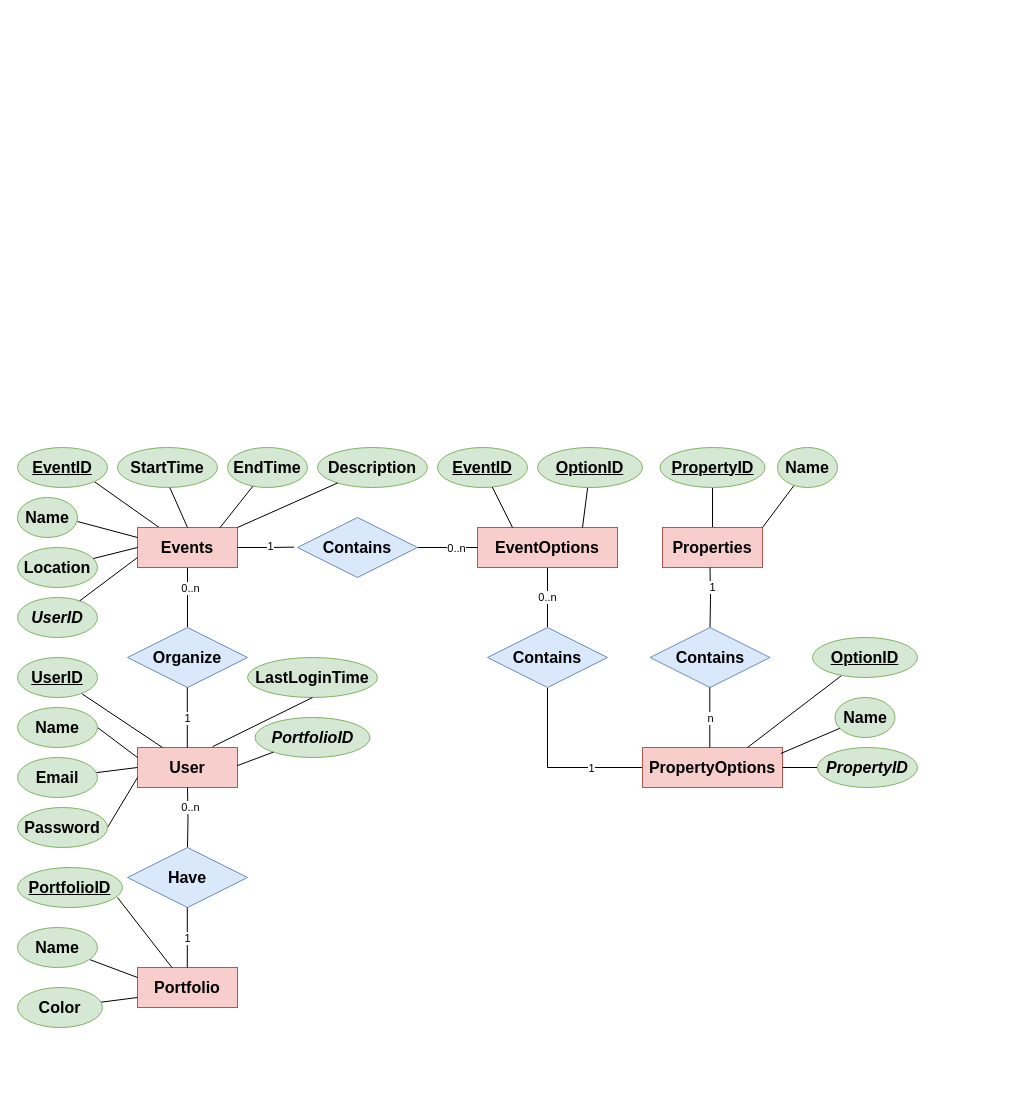
Earlier version of the draw.io diagram design/eTWIG.ER.drawio (stewebb/eTWIG). Source tidied: cells renumbered, new cells numbered last; positions are measured from the earlier drawing's top-left corner, leaving out a move shared by most shapes. Both pictures are drawn from the tidied source at 100%, with x=0, y=0 at pixel (17, 447).
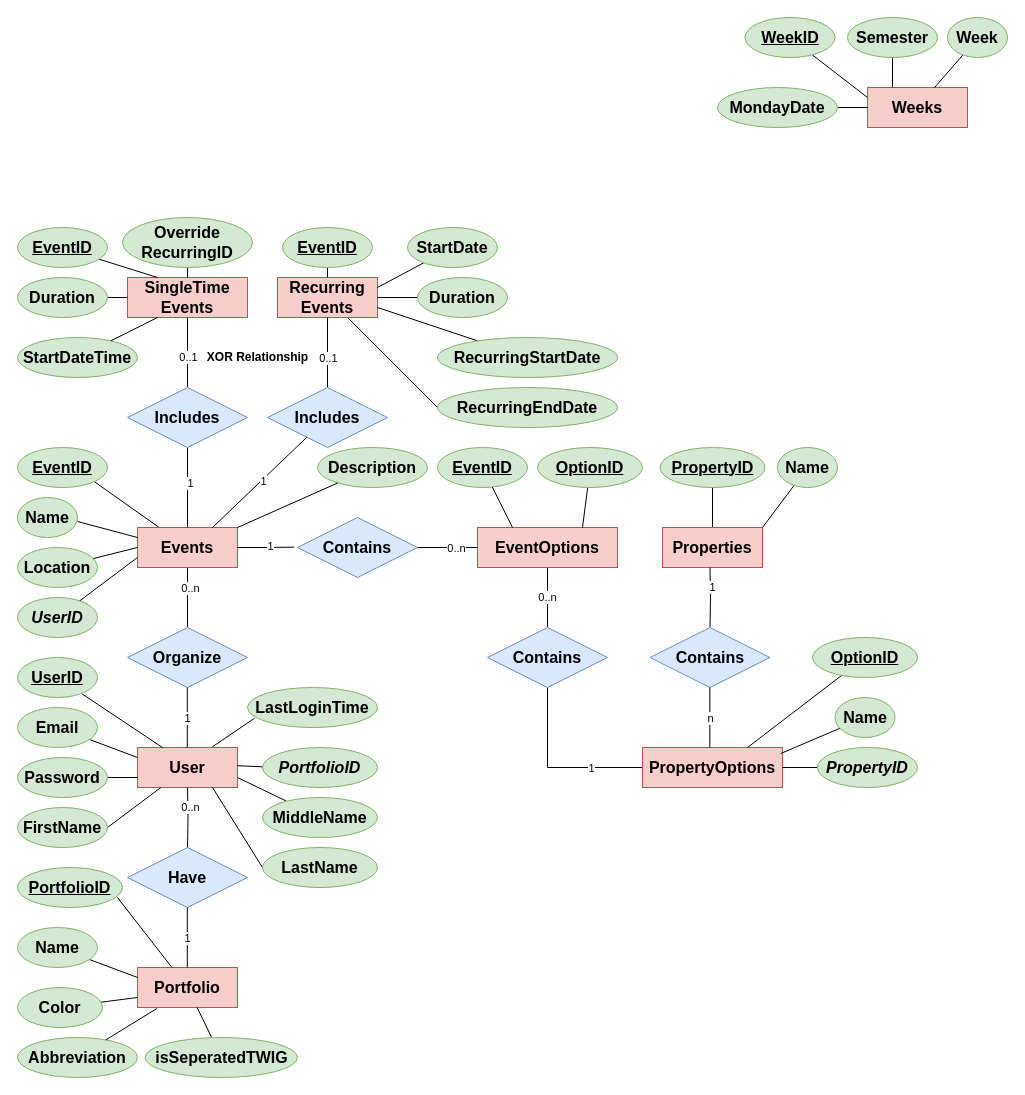
The same page after the edit.

The change refers to these unchanged cells:
```xml
<mxCell id="5" value="&lt;font style=&quot;font-size: 16px;&quot;&gt;&lt;b&gt;Events&lt;br&gt;&lt;/b&gt;&lt;/font&gt;" style="whiteSpace=wrap;html=1;align=center;fillColor=#f8cecc;strokeColor=#b85450;" parent="1" vertex="1">
  <mxGeometry x="120" y="80" width="100" height="40" as="geometry" />
</mxCell>
<mxCell id="17" value="&lt;font style=&quot;font-size: 16px;&quot;&gt;&lt;b&gt;User&lt;br&gt;&lt;/b&gt;&lt;/font&gt;" style="whiteSpace=wrap;html=1;align=center;fillColor=#f8cecc;strokeColor=#b85450;" parent="1" vertex="1">
  <mxGeometry x="120" y="300" width="100" height="40" as="geometry" />
</mxCell>
<mxCell id="54" value="&lt;font style=&quot;font-size: 16px;&quot;&gt;&lt;b&gt;Portfolio&lt;br&gt;&lt;/b&gt;&lt;/font&gt;" style="whiteSpace=wrap;html=1;align=center;fillColor=#f8cecc;strokeColor=#b85450;" parent="1" vertex="1">
  <mxGeometry x="120" y="520" width="100" height="40" as="geometry" />
</mxCell>
```

Change to the diagram source:
```diff
@@
-    <mxCell id="9" value="&lt;font style=&quot;font-size: 16px;&quot;&gt;&lt;b&gt;StartTime&lt;/b&gt;&lt;/font&gt;" style="ellipse;whiteSpace=wrap;html=1;align=center;fillColor=#d5e8d4;strokeColor=#82b366;" parent="1" vertex="1">
-      <mxGeometry x="100" width="100" height="40" as="geometry" />
-    </mxCell>
-    <mxCell id="10" value="&lt;font style=&quot;font-size: 16px;&quot;&gt;&lt;b&gt;EndTime&lt;/b&gt;&lt;/font&gt;" style="ellipse;whiteSpace=wrap;html=1;align=center;fillColor=#d5e8d4;strokeColor=#82b366;" parent="1" vertex="1">
-      <mxGeometry x="210" width="80" height="40" as="geometry" />
-    </mxCell>
@@
-    <mxCell id="15" style="rounded=0;jettySize=auto;html=1;entryX=0.524;entryY=1.006;entryDx=0;entryDy=0;strokeWidth=1;endArrow=none;endFill=0;exitX=0.5;exitY=0;exitDx=0;exitDy=0;entryPerimeter=0;spacing=1;" parent="1" edge="1" source="5" target="9">
-      <mxGeometry relative="1" as="geometry" />
-    </mxCell>
-    <mxCell id="16" style="rounded=0;jettySize=auto;html=1;strokeWidth=1;endArrow=none;endFill=0;exitX=0.824;exitY=0.007;exitDx=0;exitDy=0;exitPerimeter=0;spacing=1;" parent="1" edge="1" source="5" target="10">
-      <mxGeometry relative="1" as="geometry" />
-    </mxCell>
@@
-    <mxCell id="23" style="rounded=0;jettySize=auto;html=1;exitX=1;exitY=0.5;exitDx=0;exitDy=0;entryX=0;entryY=0.25;entryDx=0;entryDy=0;endArrow=none;endFill=0;" parent="1" edge="1" source="24" target="17">
+    <mxCell id="23" style="rounded=0;jettySize=auto;html=1;exitX=1;exitY=0.5;exitDx=0;exitDy=0;endArrow=none;endFill=0;" parent="1" edge="1" source="24" target="17">
       <mxGeometry relative="1" as="geometry" />
     </mxCell>
-    <mxCell id="24" value="&lt;font style=&quot;font-size: 16px;&quot;&gt;&lt;b&gt;Name&lt;/b&gt;&lt;/font&gt;" style="ellipse;whiteSpace=wrap;html=1;align=center;fillColor=#d5e8d4;strokeColor=#82b366;" parent="1" vertex="1">
-      <mxGeometry y="260" width="80" height="40" as="geometry" />
+    <mxCell id="24" value="&lt;font style=&quot;font-size: 16px;&quot;&gt;&lt;b&gt;FirstName&lt;/b&gt;&lt;/font&gt;" style="ellipse;whiteSpace=wrap;html=1;align=center;fillColor=#d5e8d4;strokeColor=#82b366;" parent="1" vertex="1">
+      <mxGeometry y="360" width="90" height="40" as="geometry" />
     </mxCell>
-    <mxCell id="25" style="rounded=0;jettySize=auto;html=1;entryX=0;entryY=0.5;entryDx=0;entryDy=0;endArrow=none;endFill=0;" parent="1" edge="1" source="26" target="17">
+    <mxCell id="25" style="rounded=0;jettySize=auto;html=1;entryX=0;entryY=0.25;entryDx=0;entryDy=0;endArrow=none;endFill=0;" parent="1" edge="1" source="26" target="17">
       <mxGeometry relative="1" as="geometry" />
     </mxCell>
     <mxCell id="26" value="&lt;font style=&quot;font-size: 16px;&quot;&gt;&lt;b&gt;Email&lt;/b&gt;&lt;/font&gt;" style="ellipse;whiteSpace=wrap;html=1;align=center;fillColor=#d5e8d4;strokeColor=#82b366;" parent="1" vertex="1">
-      <mxGeometry y="310" width="80" height="40" as="geometry" />
+      <mxGeometry y="260" width="80" height="40" as="geometry" />
     </mxCell>
@@
     <mxCell id="49" value="&lt;font style=&quot;font-size: 16px;&quot;&gt;&lt;b&gt;Password&lt;/b&gt;&lt;/font&gt;" style="ellipse;whiteSpace=wrap;html=1;align=center;fillColor=#d5e8d4;strokeColor=#82b366;" parent="1" vertex="1">
-      <mxGeometry y="360" width="90" height="40" as="geometry" />
+      <mxGeometry y="310" width="90" height="40" as="geometry" />
     </mxCell>
     <mxCell id="50" value="&lt;span style=&quot;font-size: 16px;&quot;&gt;&lt;b&gt;LastLoginTime&lt;/b&gt;&lt;/span&gt;" style="ellipse;whiteSpace=wrap;html=1;align=center;fillColor=#d5e8d4;strokeColor=#82b366;" parent="1" vertex="1">
-      <mxGeometry x="230" y="210" width="130" height="40" as="geometry" />
+      <mxGeometry x="230" y="240" width="130" height="40" as="geometry" />
     </mxCell>
-    <mxCell id="51" style="rounded=0;jettySize=auto;html=1;entryX=0.5;entryY=1;entryDx=0;entryDy=0;endArrow=none;endFill=0;exitX=0.751;exitY=-0.02;exitDx=0;exitDy=0;exitPerimeter=0;" parent="1" edge="1" source="17" target="50">
+    <mxCell id="51" style="rounded=0;jettySize=auto;html=1;entryX=0.055;entryY=0.767;entryDx=0;entryDy=0;endArrow=none;endFill=0;exitX=0.751;exitY=-0.02;exitDx=0;exitDy=0;exitPerimeter=0;entryPerimeter=0;" parent="1" edge="1" source="17" target="50">
       <mxGeometry relative="1" as="geometry" />
     </mxCell>
     <mxCell id="52" value="&lt;font style=&quot;font-size: 16px;&quot;&gt;&lt;b&gt;&lt;i&gt;PortfolioID&lt;br&gt;&lt;/i&gt;&lt;/b&gt;&lt;/font&gt;" style="ellipse;whiteSpace=wrap;html=1;align=center;fillColor=#d5e8d4;strokeColor=#82b366;" parent="1" vertex="1">
-      <mxGeometry x="237.5" y="270" width="115" height="40" as="geometry" />
+      <mxGeometry x="245" y="300" width="115" height="40" as="geometry" />
     </mxCell>
@@
+    <mxCell id="78" value="&lt;b&gt;&lt;font style=&quot;font-size: 16px;&quot;&gt;Abbreviation&lt;/font&gt;&lt;/b&gt;" style="ellipse;whiteSpace=wrap;html=1;align=center;fillColor=#d5e8d4;strokeColor=#82b366;" parent="1" vertex="1">
+      <mxGeometry y="590" width="120" height="40" as="geometry" />
+    </mxCell>
+    <mxCell id="79" style="rounded=0;jettySize=auto;html=1;entryX=0.195;entryY=1.023;entryDx=0;entryDy=0;entryPerimeter=0;endArrow=none;endFill=0;" parent="1" edge="1" source="78" target="54">
+      <mxGeometry relative="1" as="geometry" />
+    </mxCell>
+    <mxCell id="80" style="rounded=0;jettySize=auto;html=1;endArrow=none;endFill=0;" parent="1" edge="1" source="81" target="54">
+      <mxGeometry relative="1" as="geometry" />
+    </mxCell>
+    <mxCell id="81" value="&lt;span style=&quot;font-size: 16px;&quot;&gt;&lt;b&gt;isSeperatedTWIG&lt;/b&gt;&lt;/span&gt;" style="ellipse;whiteSpace=wrap;html=1;align=center;fillColor=#d5e8d4;strokeColor=#82b366;" parent="1" vertex="1">
+      <mxGeometry x="127.5" y="590" width="152.5" height="40" as="geometry" />
+    </mxCell>
+    <mxCell id="82" style="edgeStyle=orthogonalEdgeStyle;rounded=0;jettySize=auto;html=1;entryX=0.5;entryY=0;entryDx=0;entryDy=0;endArrow=none;endFill=0;" parent="1" edge="1" source="84" target="92">
+      <mxGeometry relative="1" as="geometry" />
+    </mxCell>
+    <mxCell id="83" value="0..1" style="edgeLabel;html=1;align=center;verticalAlign=middle;" parent="82" vertex="1">
+      <mxGeometry x="0.11" relative="1" as="geometry" />
+    </mxCell>
+    <mxCell id="84" value="&lt;font style=&quot;font-size: 16px;&quot;&gt;&lt;b&gt;SingleTime&lt;br&gt;Events&lt;br&gt;&lt;/b&gt;&lt;/font&gt;" style="whiteSpace=wrap;html=1;align=center;fillColor=#f8cecc;strokeColor=#b85450;" parent="1" vertex="1">
+      <mxGeometry x="110" y="-170" width="120" height="40" as="geometry" />
+    </mxCell>
+    <mxCell id="85" style="rounded=0;jettySize=auto;html=1;entryX=0.25;entryY=0;entryDx=0;entryDy=0;endArrow=none;endFill=0;" parent="1" edge="1" source="86" target="84">
+      <mxGeometry relative="1" as="geometry" />
+    </mxCell>
+    <mxCell id="86" value="&lt;font style=&quot;font-size: 16px;&quot;&gt;&lt;b&gt;EventID&lt;/b&gt;&lt;/font&gt;" style="ellipse;whiteSpace=wrap;html=1;align=center;fontStyle=4;fillColor=#d5e8d4;strokeColor=#82b366;" parent="1" vertex="1">
+      <mxGeometry y="-220" width="90" height="40" as="geometry" />
+    </mxCell>
+    <mxCell id="87" value="&lt;font style=&quot;font-size: 16px;&quot;&gt;&lt;b&gt;StartDateTime&lt;/b&gt;&lt;/font&gt;" style="ellipse;whiteSpace=wrap;html=1;align=center;fillColor=#d5e8d4;strokeColor=#82b366;" parent="1" vertex="1">
+      <mxGeometry y="-110" width="120" height="40" as="geometry" />
+    </mxCell>
+    <mxCell id="88" style="rounded=0;jettySize=auto;html=1;entryX=0;entryY=0.5;entryDx=0;entryDy=0;endArrow=none;endFill=0;" parent="1" edge="1" source="89" target="84">
+      <mxGeometry relative="1" as="geometry" />
+    </mxCell>
+    <mxCell id="89" value="&lt;font style=&quot;font-size: 16px;&quot;&gt;&lt;b&gt;Duration&lt;/b&gt;&lt;/font&gt;" style="ellipse;whiteSpace=wrap;html=1;align=center;fillColor=#d5e8d4;strokeColor=#82b366;" parent="1" vertex="1">
+      <mxGeometry y="-170" width="90" height="40" as="geometry" />
+    </mxCell>
+    <mxCell id="90" style="edgeStyle=orthogonalEdgeStyle;rounded=0;jettySize=auto;html=1;entryX=0.5;entryY=0;entryDx=0;entryDy=0;endArrow=none;endFill=0;" parent="1" edge="1" source="92" target="5">
+      <mxGeometry relative="1" as="geometry" />
+    </mxCell>
+    <mxCell id="91" value="1" style="edgeLabel;html=1;align=center;verticalAlign=middle;" parent="90" vertex="1">
+      <mxGeometry x="-0.13" y="2" relative="1" as="geometry" />
+    </mxCell>
+    <mxCell id="92" value="&lt;b&gt;Includes&lt;/b&gt;" style="shape=rhombus;perimeter=rhombusPerimeter;whiteSpace=wrap;html=1;align=center;fillColor=#dae8fc;strokeColor=#6c8ebf;fontSize=16;" parent="1" vertex="1">
+      <mxGeometry x="110" y="-60" width="120" height="60" as="geometry" />
+    </mxCell>
+    <mxCell id="93" style="rounded=0;jettySize=auto;html=1;endArrow=none;endFill=0;entryX=0.25;entryY=1;entryDx=0;entryDy=0;" parent="1" edge="1" source="87" target="84">
+      <mxGeometry relative="1" as="geometry" />
+    </mxCell>
+    <mxCell id="94" style="edgeStyle=orthogonalEdgeStyle;rounded=0;jettySize=auto;html=1;endArrow=none;endFill=0;" parent="1" edge="1" source="95">
+      <mxGeometry relative="1" as="geometry">
+        <mxPoint x="170" y="-170" as="targetPoint" />
+        <Array as="points">
+          <mxPoint x="170" y="-170" />
+        </Array>
+      </mxGeometry>
+    </mxCell>
+    <mxCell id="95" value="&lt;font style=&quot;font-size: 16px;&quot;&gt;&lt;b&gt;Override&lt;br&gt;RecurringID&lt;/b&gt;&lt;/font&gt;" style="ellipse;whiteSpace=wrap;html=1;align=center;fillColor=#d5e8d4;strokeColor=#82b366;" parent="1" vertex="1">
+      <mxGeometry x="105" y="-230" width="130" height="50" as="geometry" />
+    </mxCell>
+    <mxCell id="96" style="rounded=0;jettySize=auto;html=1;entryX=0;entryY=0.5;entryDx=0;entryDy=0;endArrow=none;endFill=0;" parent="1" edge="1" source="97" target="102">
+      <mxGeometry relative="1" as="geometry" />
+    </mxCell>
+    <mxCell id="97" value="&lt;font style=&quot;font-size: 16px;&quot;&gt;&lt;b&gt;Recurring&lt;br&gt;Events&lt;br&gt;&lt;/b&gt;&lt;/font&gt;" style="whiteSpace=wrap;html=1;align=center;fillColor=#f8cecc;strokeColor=#b85450;" parent="1" vertex="1">
+      <mxGeometry x="260" y="-170" width="100" height="40" as="geometry" />
+    </mxCell>
+    <mxCell id="98" style="rounded=0;jettySize=auto;html=1;entryX=1;entryY=0.25;entryDx=0;entryDy=0;endArrow=none;endFill=0;" parent="1" edge="1" source="99" target="97">
+      <mxGeometry relative="1" as="geometry" />
+    </mxCell>
+    <mxCell id="99" value="&lt;font style=&quot;font-size: 16px;&quot;&gt;&lt;b&gt;StartDate&lt;/b&gt;&lt;/font&gt;" style="ellipse;whiteSpace=wrap;html=1;align=center;fillColor=#d5e8d4;strokeColor=#82b366;" parent="1" vertex="1">
+      <mxGeometry x="390" y="-220" width="90" height="40" as="geometry" />
+    </mxCell>
+    <mxCell id="100" style="rounded=0;jettySize=auto;html=1;entryX=1;entryY=0.75;entryDx=0;entryDy=0;endArrow=none;endFill=0;" parent="1" edge="1" source="101" target="97">
+      <mxGeometry relative="1" as="geometry" />
+    </mxCell>
+    <mxCell id="101" value="&lt;font style=&quot;font-size: 16px;&quot;&gt;&lt;b&gt;RecurringStartDate&lt;/b&gt;&lt;/font&gt;" style="ellipse;whiteSpace=wrap;html=1;align=center;fillColor=#d5e8d4;strokeColor=#82b366;" parent="1" vertex="1">
+      <mxGeometry x="420" y="-110" width="180" height="40" as="geometry" />
+    </mxCell>
+    <mxCell id="102" value="&lt;font style=&quot;font-size: 16px;&quot;&gt;&lt;b&gt;RecurringEndDate&lt;/b&gt;&lt;/font&gt;" style="ellipse;whiteSpace=wrap;html=1;align=center;fillColor=#d5e8d4;strokeColor=#82b366;" parent="1" vertex="1">
+      <mxGeometry x="420" y="-60" width="180" height="40" as="geometry" />
+    </mxCell>
+    <mxCell id="103" style="edgeStyle=orthogonalEdgeStyle;rounded=0;jettySize=auto;html=1;entryX=1;entryY=0.5;entryDx=0;entryDy=0;endArrow=none;endFill=0;" parent="1" edge="1" source="104" target="97">
+      <mxGeometry relative="1" as="geometry" />
+    </mxCell>
+    <mxCell id="104" value="&lt;font style=&quot;font-size: 16px;&quot;&gt;&lt;b&gt;Duration&lt;/b&gt;&lt;/font&gt;" style="ellipse;whiteSpace=wrap;html=1;align=center;fillColor=#d5e8d4;strokeColor=#82b366;" parent="1" vertex="1">
+      <mxGeometry x="400" y="-170" width="90" height="40" as="geometry" />
+    </mxCell>
+    <mxCell id="105" style="edgeStyle=orthogonalEdgeStyle;rounded=0;jettySize=auto;html=1;entryX=0.5;entryY=0;entryDx=0;entryDy=0;endArrow=none;endFill=0;" parent="1" edge="1" source="106" target="97">
+      <mxGeometry relative="1" as="geometry">
+        <Array as="points">
+          <mxPoint x="290" y="-180" />
+          <mxPoint x="290" y="-180" />
+        </Array>
+      </mxGeometry>
+    </mxCell>
+    <mxCell id="106" value="&lt;font style=&quot;font-size: 16px;&quot;&gt;&lt;b&gt;EventID&lt;/b&gt;&lt;/font&gt;" style="ellipse;whiteSpace=wrap;html=1;align=center;fontStyle=4;fillColor=#d5e8d4;strokeColor=#82b366;" parent="1" vertex="1">
+      <mxGeometry x="265" y="-220" width="90" height="40" as="geometry" />
+    </mxCell>
+    <mxCell id="107" style="rounded=0;jettySize=auto;html=1;entryX=0.75;entryY=0;entryDx=0;entryDy=0;endArrow=none;endFill=0;" parent="1" edge="1" source="111" target="5">
+      <mxGeometry relative="1" as="geometry" />
+    </mxCell>
+    <mxCell id="108" value="1" style="edgeLabel;html=1;align=center;verticalAlign=middle;" parent="107" vertex="1">
+      <mxGeometry x="-0.05" y="1" relative="1" as="geometry" />
+    </mxCell>
+    <mxCell id="109" style="rounded=0;jettySize=auto;html=1;exitX=0.5;exitY=0;exitDx=0;exitDy=0;entryX=0.5;entryY=1;entryDx=0;entryDy=0;endArrow=none;endFill=0;" parent="1" edge="1" source="111" target="97">
+      <mxGeometry relative="1" as="geometry" />
+    </mxCell>
+    <mxCell id="110" value="0..1" style="edgeLabel;html=1;align=center;verticalAlign=middle;" parent="109" vertex="1">
+      <mxGeometry x="0.02" y="2" relative="1" as="geometry">
+        <mxPoint x="2" y="6" as="offset" />
+      </mxGeometry>
+    </mxCell>
+    <mxCell id="111" value="&lt;b&gt;Includes&lt;/b&gt;" style="shape=rhombus;perimeter=rhombusPerimeter;whiteSpace=wrap;html=1;align=center;fillColor=#dae8fc;strokeColor=#6c8ebf;fontSize=16;" parent="1" vertex="1">
+      <mxGeometry x="250" y="-60" width="120" height="60" as="geometry" />
+    </mxCell>
+    <mxCell id="112" value="&lt;b&gt;XOR Relationship&lt;/b&gt;" style="text;html=1;align=center;verticalAlign=middle;strokeColor=none;fillColor=none;" parent="1" vertex="1">
+      <mxGeometry x="180" y="-105" width="120" height="30" as="geometry" />
+    </mxCell>
+    <mxCell id="113" value="&lt;font style=&quot;font-size: 16px;&quot;&gt;&lt;b&gt;Weeks&lt;br&gt;&lt;/b&gt;&lt;/font&gt;" style="whiteSpace=wrap;html=1;align=center;fillColor=#f8cecc;strokeColor=#b85450;" parent="1" vertex="1">
+      <mxGeometry x="850" y="-360" width="100" height="40" as="geometry" />
+    </mxCell>
+    <mxCell id="114" style="rounded=0;jettySize=auto;html=1;entryX=0;entryY=0.25;entryDx=0;entryDy=0;endArrow=none;endFill=0;" parent="1" edge="1" source="115" target="113">
+      <mxGeometry relative="1" as="geometry" />
+    </mxCell>
+    <mxCell id="115" value="&lt;font style=&quot;font-size: 16px;&quot;&gt;&lt;b&gt;WeekID&lt;/b&gt;&lt;/font&gt;" style="ellipse;whiteSpace=wrap;html=1;align=center;fontStyle=4;fillColor=#d5e8d4;strokeColor=#82b366;" parent="1" vertex="1">
+      <mxGeometry x="727.5" y="-430" width="90" height="40" as="geometry" />
+    </mxCell>
+    <mxCell id="116" style="rounded=0;jettySize=auto;html=1;endArrow=none;endFill=0;" parent="1" edge="1" source="117" target="113">
+      <mxGeometry relative="1" as="geometry" />
+    </mxCell>
+    <mxCell id="117" value="&lt;font style=&quot;font-size: 16px;&quot;&gt;&lt;b&gt;Week&lt;/b&gt;&lt;/font&gt;" style="ellipse;whiteSpace=wrap;html=1;align=center;fillColor=#d5e8d4;strokeColor=#82b366;" parent="1" vertex="1">
+      <mxGeometry x="930" y="-430" width="60" height="40" as="geometry" />
+    </mxCell>
+    <mxCell id="118" style="edgeStyle=orthogonalEdgeStyle;rounded=0;jettySize=auto;html=1;entryX=0;entryY=0.5;entryDx=0;entryDy=0;endArrow=none;endFill=0;" parent="1" edge="1" source="119" target="113">
+      <mxGeometry relative="1" as="geometry" />
+    </mxCell>
+    <mxCell id="119" value="&lt;span style=&quot;font-size: 16px;&quot;&gt;&lt;b&gt;MondayDate&lt;/b&gt;&lt;/span&gt;" style="ellipse;whiteSpace=wrap;html=1;align=center;fillColor=#d5e8d4;strokeColor=#82b366;" parent="1" vertex="1">
+      <mxGeometry x="700" y="-360" width="120" height="40" as="geometry" />
+    </mxCell>
+    <mxCell id="120" style="edgeStyle=orthogonalEdgeStyle;rounded=0;jettySize=auto;html=1;entryX=0.25;entryY=0;entryDx=0;entryDy=0;endArrow=none;endFill=0;" parent="1" edge="1" source="121" target="113">
+      <mxGeometry relative="1" as="geometry" />
+    </mxCell>
+    <mxCell id="121" value="&lt;font style=&quot;font-size: 16px;&quot;&gt;&lt;b&gt;Semester&lt;/b&gt;&lt;/font&gt;" style="ellipse;whiteSpace=wrap;html=1;align=center;fillColor=#d5e8d4;strokeColor=#82b366;" parent="1" vertex="1">
+      <mxGeometry x="830" y="-430" width="90" height="40" as="geometry" />
+    </mxCell>
+    <mxCell id="122" style="rounded=0;jettySize=auto;html=1;entryX=1;entryY=0.75;entryDx=0;entryDy=0;endArrow=none;endFill=0;" parent="1" edge="1" source="123" target="17">
+      <mxGeometry relative="1" as="geometry" />
+    </mxCell>
+    <mxCell id="123" value="&lt;font style=&quot;font-size: 16px;&quot;&gt;&lt;b&gt;MiddleName&lt;/b&gt;&lt;/font&gt;" style="ellipse;whiteSpace=wrap;html=1;align=center;fillColor=#d5e8d4;strokeColor=#82b366;" parent="1" vertex="1">
+      <mxGeometry x="245" y="350" width="115" height="40" as="geometry" />
+    </mxCell>
+    <mxCell id="124" style="rounded=0;jettySize=auto;html=1;entryX=0.75;entryY=1;entryDx=0;entryDy=0;endArrow=none;endFill=0;exitX=0;exitY=0.5;exitDx=0;exitDy=0;" parent="1" edge="1" source="125" target="17">
+      <mxGeometry relative="1" as="geometry" />
+    </mxCell>
+    <mxCell id="125" value="&lt;span style=&quot;font-size: 16px;&quot;&gt;&lt;b&gt;LastName&lt;/b&gt;&lt;/span&gt;" style="ellipse;whiteSpace=wrap;html=1;align=center;fillColor=#d5e8d4;strokeColor=#82b366;" parent="1" vertex="1">
+      <mxGeometry x="245" y="400" width="115" height="40" as="geometry" />
+    </mxCell>
```
